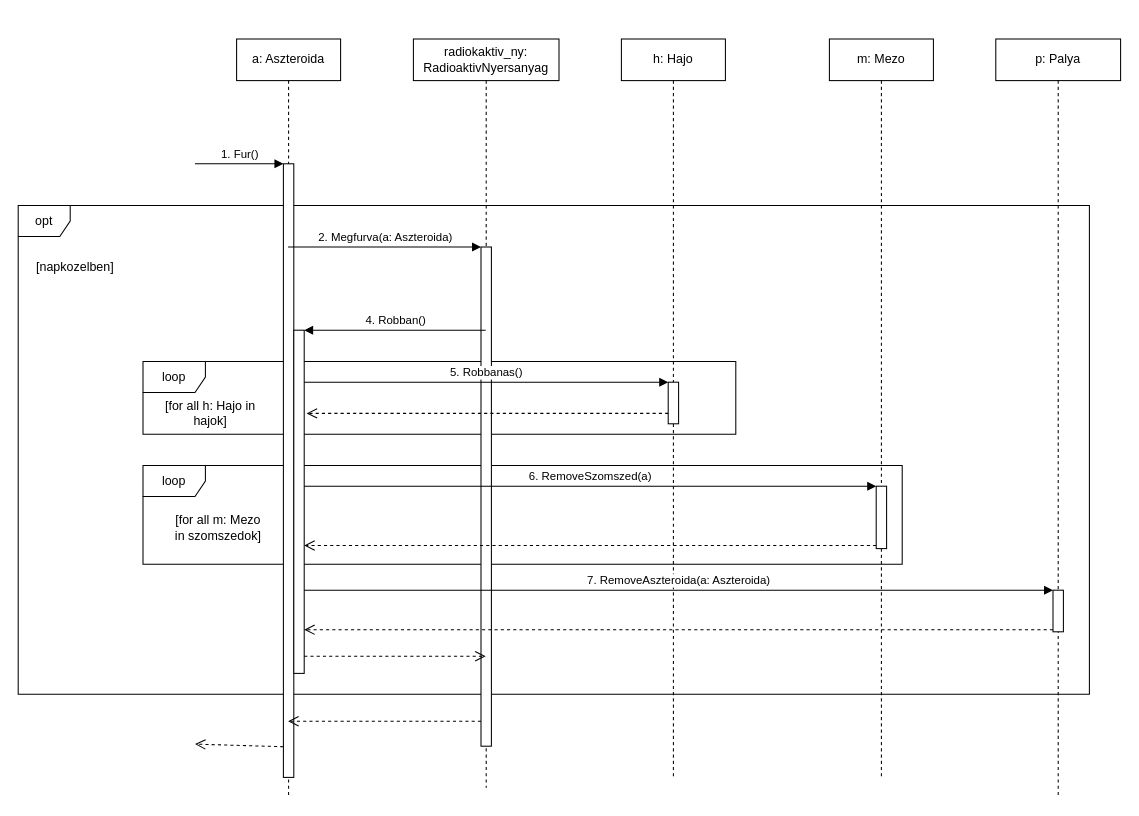
This is page "Page-1" (1 of 2) of doc/szekvencia/szek_AsztFurasRadioaktiv.drawio from torpeBoiGo/aszteroidabanyaszat, a draw.io file, before an edit. Source tidied: cells renumbered, new cells numbered last; positions are measured from the earlier drawing's top-left corner, leaving out a move shared by most shapes. Both pictures are drawn from the tidied source at 104%, with x=0, y=0 at pixel (18, 38).
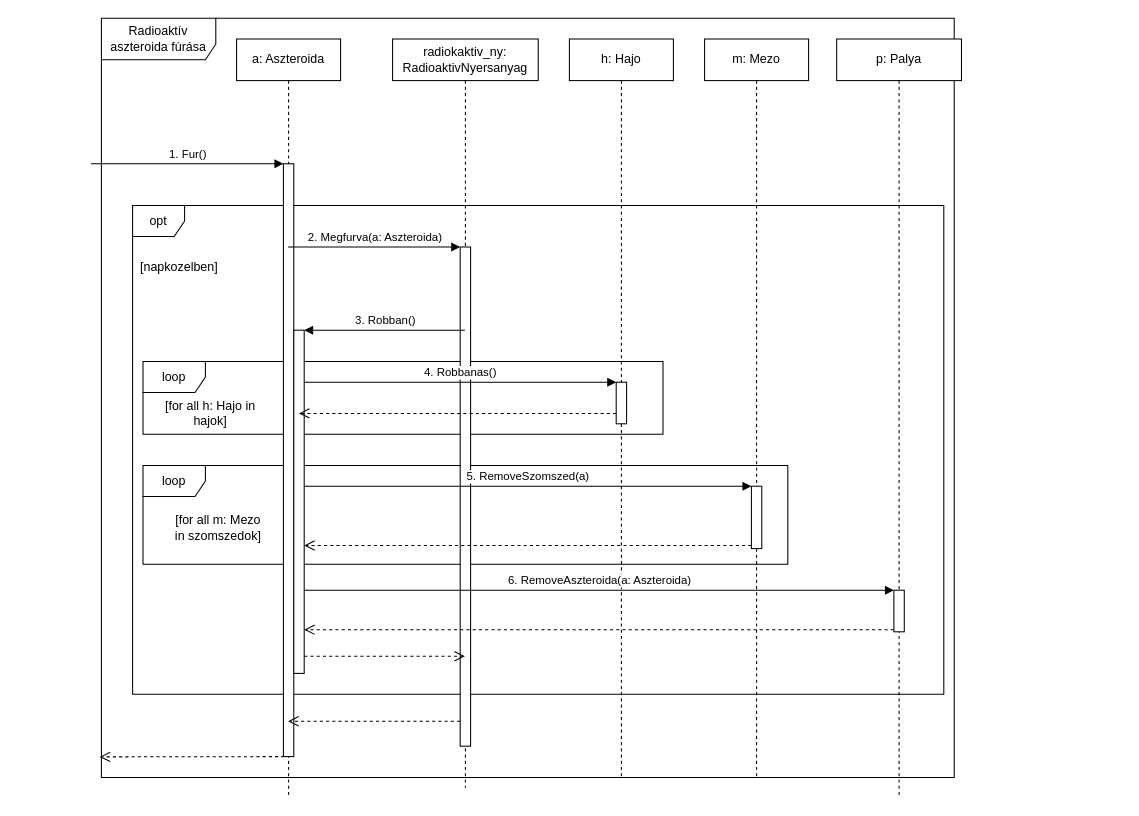
Above is the later version.

Commit message:
Keret, számozás

Unchanged cells that the change refers to:
```xml
<mxCell id="5" value="a: Aszteroida" style="shape=umlLifeline;perimeter=lifelinePerimeter;whiteSpace=wrap;html=1;outlineConnect=0;" parent="1" vertex="1">
  <mxGeometry x="210" width="100" height="730" as="geometry" />
</mxCell>
<mxCell id="9" style="html=1;points=[];perimeter=orthogonalPerimeter;" parent="5" vertex="1">
  <mxGeometry x="55" y="280" width="10" height="330" as="geometry" />
</mxCell>
<mxCell id="17" style="html=1;points=[];perimeter=orthogonalPerimeter;" parent="16" vertex="1">
  <mxGeometry x="45" y="330" width="10" height="40" as="geometry" />
</mxCell>
<mxCell id="21" style="html=1;points=[];perimeter=orthogonalPerimeter;" parent="20" vertex="1">
  <mxGeometry x="55" y="530" width="10" height="40" as="geometry" />
</mxCell>
<mxCell id="26" style="html=1;points=[];perimeter=orthogonalPerimeter;" parent="25" vertex="1">
  <mxGeometry x="45" y="430" width="10" height="60" as="geometry" />
</mxCell>
```

The edit, as a diff of the source:
```diff
@@
+    <mxCell id="31" value="Radioaktív aszteroida fúrása" style="shape=umlFrame;whiteSpace=wrap;html=1;width=110;height=40;" parent="1" vertex="1">
+      <mxGeometry x="80" y="-20" width="820" height="730" as="geometry" />
+    </mxCell>
+    <mxCell id="3" value="opt" style="shape=umlFrame;whiteSpace=wrap;html=1;width=50;height=30;" parent="1" vertex="1">
+      <mxGeometry x="110" y="160" width="780" height="470" as="geometry" />
+    </mxCell>
     <mxCell id="2" value="loop" style="shape=umlFrame;whiteSpace=wrap;html=1;" parent="1" vertex="1">
-      <mxGeometry x="120" y="310" width="570" height="70" as="geometry" />
+      <mxGeometry x="120" y="310" width="500" height="70" as="geometry" />
     </mxCell>
-    <mxCell id="3" value="opt" style="shape=umlFrame;whiteSpace=wrap;html=1;width=50;height=30;" parent="1" vertex="1">
-      <mxGeometry y="160" width="1030" height="470" as="geometry" />
-    </mxCell>
     <mxCell id="4" value="loop" style="shape=umlFrame;whiteSpace=wrap;html=1;" parent="1" vertex="1">
-      <mxGeometry x="120" y="410" width="730" height="95" as="geometry" />
+      <mxGeometry x="120" y="410" width="620" height="95" as="geometry" />
     </mxCell>
@@
     <mxCell id="6" style="html=1;points=[];perimeter=orthogonalPerimeter;" parent="5" vertex="1">
-      <mxGeometry x="45" y="120" width="10" height="590" as="geometry" />
+      <mxGeometry x="45" y="120" width="10" height="570" as="geometry" />
     </mxCell>
     <mxCell id="7" value="1. Fur()" style="html=1;verticalAlign=bottom;endArrow=block;entryX=0;entryY=0;" parent="5" edge="1" target="6">
       <mxGeometry relative="1" as="geometry">
-        <mxPoint x="-40" y="120" as="sourcePoint" />
+        <mxPoint x="-140" y="120" as="sourcePoint" />
       </mxGeometry>
     </mxCell>
-    <mxCell id="8" style="html=1;verticalAlign=bottom;endArrow=open;dashed=1;endSize=8;exitX=0;exitY=0.95;" parent="5" edge="1" source="6">
-      <mxGeometry relative="1" as="geometry">
-        <mxPoint x="-40" y="678" as="targetPoint" />
-      </mxGeometry>
-    </mxCell>
@@
     <mxCell id="10" value="radiokaktiv_ny: RadioaktivNyersanyag" style="shape=umlLifeline;perimeter=lifelinePerimeter;whiteSpace=wrap;html=1;outlineConnect=0;" parent="1" vertex="1">
-      <mxGeometry x="380" width="140" height="720" as="geometry" />
+      <mxGeometry x="360" width="140" height="720" as="geometry" />
     </mxCell>
@@
-    <mxCell id="14" value="4. Robban()" style="html=1;verticalAlign=bottom;endArrow=block;entryX=1;entryY=0;" parent="1" edge="1" source="10" target="9">
+    <mxCell id="14" value="3. Robban()" style="html=1;verticalAlign=bottom;endArrow=block;entryX=1;entryY=0;" parent="1" edge="1" source="10" target="9">
       <mxGeometry relative="1" as="geometry" />
     </mxCell>
@@
     <mxCell id="16" value="h: Hajo" style="shape=umlLifeline;perimeter=lifelinePerimeter;whiteSpace=wrap;html=1;" parent="1" vertex="1">
-      <mxGeometry x="580" width="100" height="710" as="geometry" />
+      <mxGeometry x="530" width="100" height="710" as="geometry" />
     </mxCell>
@@
-    <mxCell id="18" value="5. Robbanas()" style="html=1;verticalAlign=bottom;endArrow=block;entryX=0;entryY=0;" parent="1" edge="1" source="9" target="17">
+    <mxCell id="18" value="4. Robbanas()" style="html=1;verticalAlign=bottom;endArrow=block;entryX=0;entryY=0;" parent="1" edge="1" source="9" target="17">
       <mxGeometry relative="1" as="geometry" />
     </mxCell>
@@
     <mxCell id="20" value="p: Palya" style="shape=umlLifeline;perimeter=lifelinePerimeter;whiteSpace=wrap;html=1;" parent="1" vertex="1">
-      <mxGeometry x="940" width="120" height="730" as="geometry" />
+      <mxGeometry x="787" width="120" height="730" as="geometry" />
     </mxCell>
@@
-    <mxCell id="22" value="7. RemoveAszteroida(a: Aszteroida)" style="html=1;verticalAlign=bottom;endArrow=block;entryX=0;entryY=0;" parent="1" edge="1" source="9" target="21">
+    <mxCell id="22" value="6. RemoveAszteroida(a: Aszteroida)" style="html=1;verticalAlign=bottom;endArrow=block;entryX=0;entryY=0;" parent="1" edge="1" source="9" target="21">
       <mxGeometry relative="1" as="geometry" />
     </mxCell>
@@
-    <mxCell id="24" style="endArrow=open;startArrow=none;endFill=0;startFill=0;endSize=8;html=1;verticalAlign=bottom;dashed=1;labelBackgroundColor=none;entryX=0.276;entryY=0.714;entryDx=0;entryDy=0;entryPerimeter=0;" parent="1" edge="1" source="17" target="2">
-      <mxGeometry x="-0.12" y="-10" relative="1" as="geometry" />
+    <mxCell id="24" style="endArrow=open;startArrow=none;endFill=0;startFill=0;endSize=8;html=1;verticalAlign=bottom;dashed=1;labelBackgroundColor=none;" parent="1" edge="1" source="17">
+      <mxGeometry x="-0.12" y="-10" relative="1" as="geometry">
+        <mxPoint x="270" y="360" as="targetPoint" />
+      </mxGeometry>
     </mxCell>
     <mxCell id="25" value="m: Mezo" style="shape=umlLifeline;perimeter=lifelinePerimeter;whiteSpace=wrap;html=1;" parent="1" vertex="1">
-      <mxGeometry x="780" width="100" height="710" as="geometry" />
+      <mxGeometry x="660" width="100" height="710" as="geometry" />
     </mxCell>
@@
-    <mxCell id="27" value="6. RemoveSzomszed(a)" style="html=1;verticalAlign=bottom;endArrow=block;entryX=0;entryY=0;" parent="1" edge="1" source="9" target="26">
+    <mxCell id="27" value="5. RemoveSzomszed(a)" style="html=1;verticalAlign=bottom;endArrow=block;entryX=0;entryY=0;" parent="1" edge="1" source="9" target="26">
       <mxGeometry relative="1" as="geometry" />
     </mxCell>
@@
     <mxCell id="30" value="[napkozelben]" style="text;html=1;strokeColor=none;fillColor=none;align=center;verticalAlign=middle;whiteSpace=wrap;rounded=0;" parent="1" vertex="1">
-      <mxGeometry y="210" width="110" height="20" as="geometry" />
+      <mxGeometry x="100" y="210" width="110" height="20" as="geometry" />
     </mxCell>
+    <mxCell id="8" style="html=1;verticalAlign=bottom;endArrow=open;dashed=1;endSize=8;exitX=0.1;exitY=1;entryX=-0.002;entryY=0.973;entryDx=0;entryDy=0;entryPerimeter=0;exitDx=0;exitDy=0;exitPerimeter=0;" parent="1" edge="1" source="6" target="31">
+      <mxGeometry relative="1" as="geometry" />
+    </mxCell>
```
